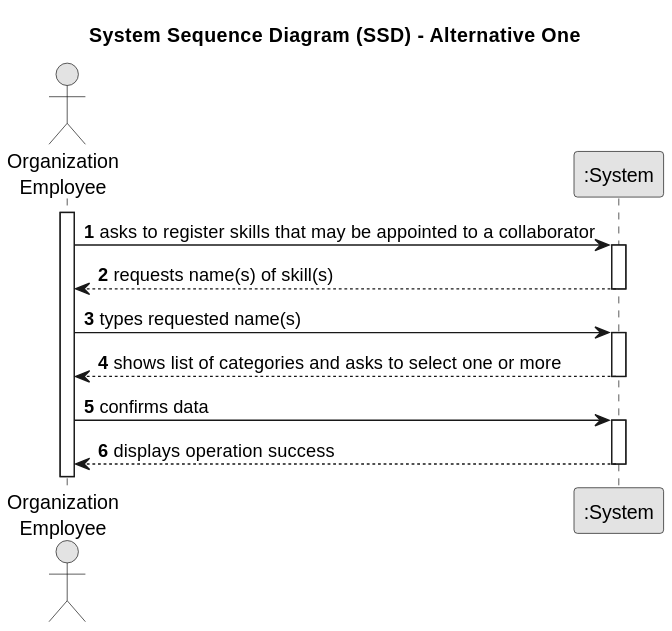
tiagosoa/lei-24-s2-1dgh-g073 keeps this PlantUML diagram as docs/sprint3/us001/01.requirements-engineering/svg/us001-system-sequence-diagram-alternative-one.svg. Above is the earlier version. Its diagram source:
```plantuml
@startuml
skinparam monochrome true
skinparam packageStyle rectangle
skinparam shadowing false

title System Sequence Diagram (SSD) - Alternative One

autonumber

actor "Organization\nEmployee" as Employee
participant ":System" as System

activate Employee

    Employee -> System : asks to register skills that may be appointed to a collaborator
    activate System

        System --> Employee : requests name(s) of skill(s)
    deactivate System

    Employee -> System : types requested name(s)
    activate System

        System --> Employee : shows list of categories and asks to select one or more
    deactivate System

    Employee -> System : confirms data
    activate System

        System --> Employee : displays operation success
    deactivate System
@enduml
```
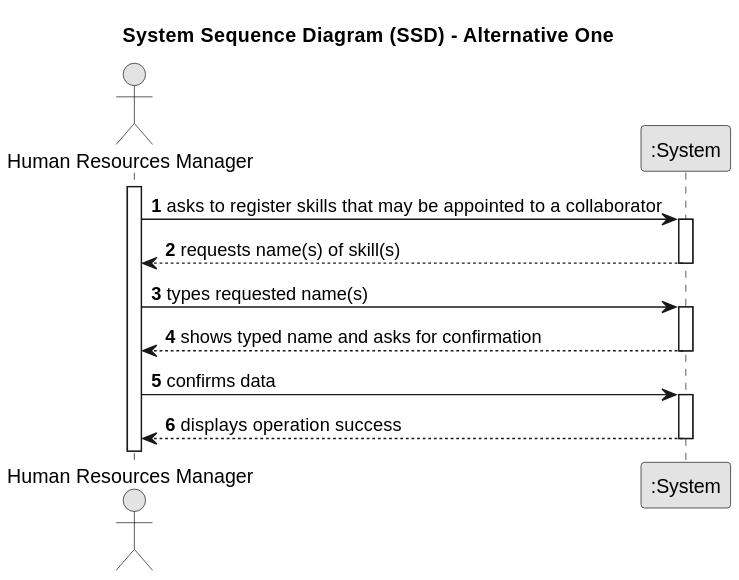
After the change.

What changed in the source:
```diff
@@ -7,26 +7,26 @@
 
 autonumber
 
-actor "Organization\nEmployee" as Employee
+actor "Human Resources Manager" as HRM
 participant ":System" as System
 
-activate Employee
+activate HRM
 
-    Employee -> System : asks to register skills that may be appointed to a collaborator
+    HRM -> System : asks to register skills that may be appointed to a collaborator
     activate System
 
-        System --> Employee : requests name(s) of skill(s)
+        System --> HRM : requests name(s) of skill(s)
     deactivate System
 
-    Employee -> System : types requested name(s)
+    HRM -> System : types requested name(s)
     activate System
 
-        System --> Employee : shows list of categories and asks to select one or more
+        System --> HRM : shows typed name and asks for confirmation
     deactivate System
 
-    Employee -> System : confirms data
+    HRM -> System : confirms data
     activate System
 
-        System --> Employee : displays operation success
+        System --> HRM : displays operation success
     deactivate System
 @enduml
```
